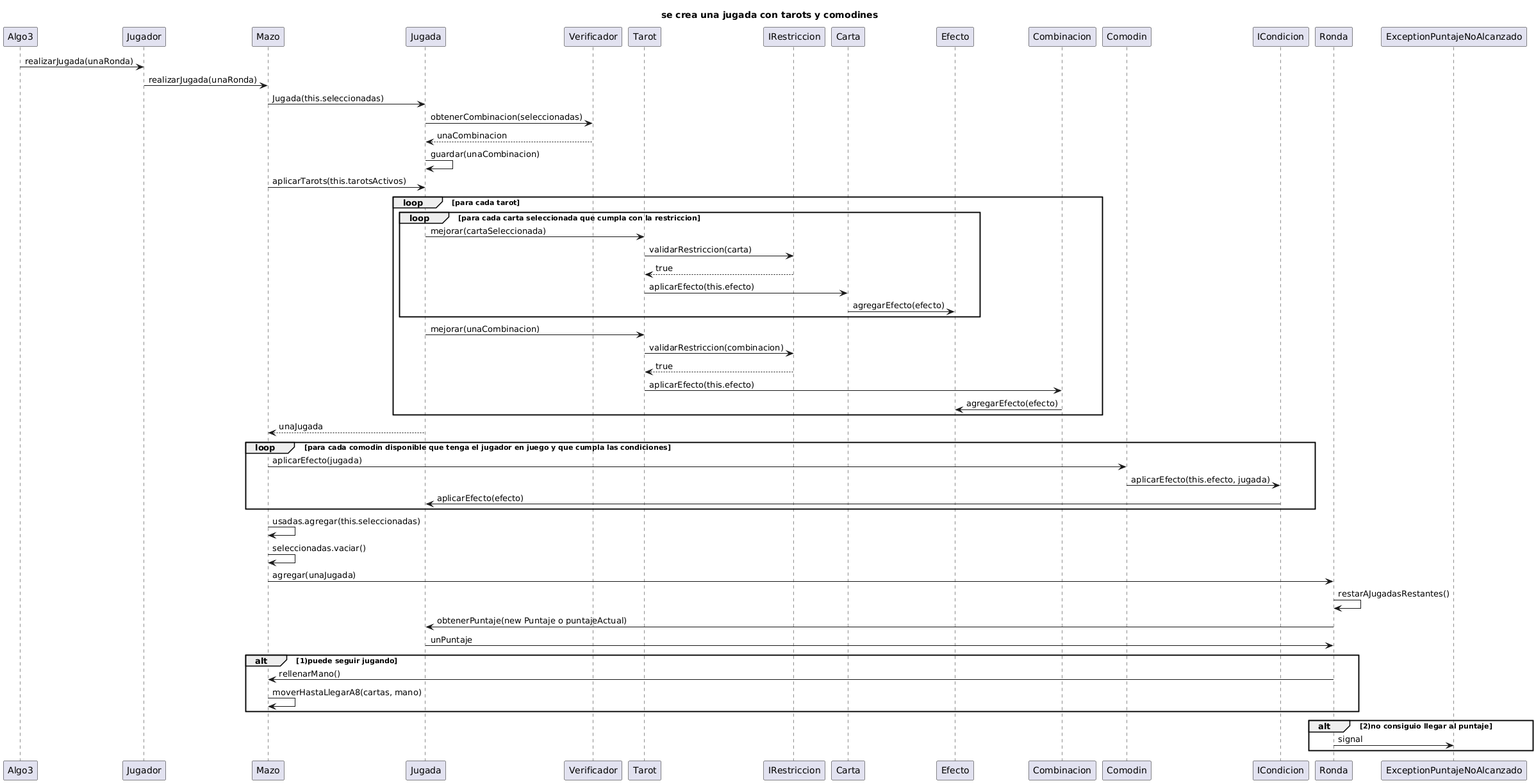
Before: diagrams/sequences/SD-seCreaUnaJugadaConTarotsYComodines.png, a diagram exported from PlantUML (Sotelo27/TP2-Balatro-Grupo-08).
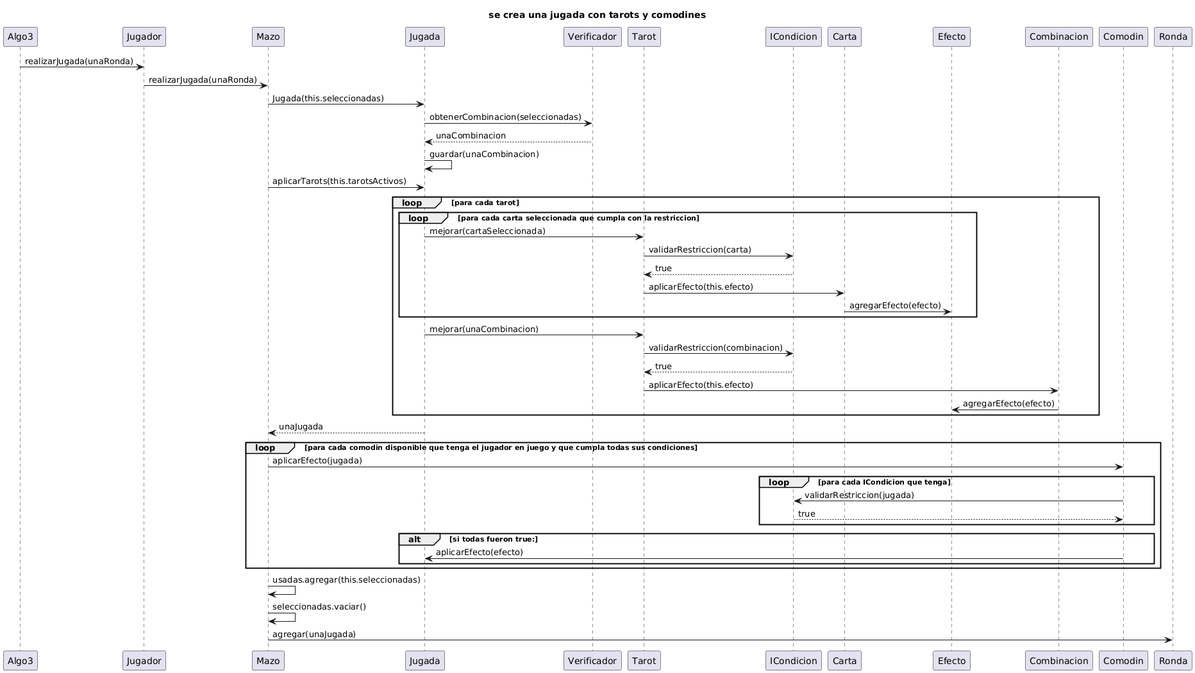
After the change.

What changed in the source:
```diff
@@ -11,38 +11,33 @@
 loop para cada tarot
 loop para cada carta seleccionada que cumpla con la restriccion
 Jugada -> Tarot : mejorar(cartaSeleccionada)
-Tarot -> IRestriccion : validarRestriccion(carta)
-IRestriccion --> Tarot : true
+Tarot -> ICondicion : validarRestriccion(carta)
+ICondicion --> Tarot : true
 Tarot ->Carta : aplicarEfecto(this.efecto)
 Carta -> Efecto : agregarEfecto(efecto)
 end loop
 Jugada -> Tarot : mejorar(unaCombinacion)
-Tarot -> IRestriccion : validarRestriccion(combinacion)
-IRestriccion --> Tarot : true
+Tarot -> ICondicion : validarRestriccion(combinacion)
+ICondicion --> Tarot : true
 Tarot -> Combinacion : aplicarEfecto(this.efecto)
 Combinacion -> Efecto : agregarEfecto(efecto)
 
 end loop
 Jugada --> Mazo : unaJugada
-loop para cada comodin disponible que tenga el jugador en juego y que cumpla las condiciones
+
+loop para cada comodin disponible que tenga el jugador en juego y que cumpla todas sus condiciones
 Mazo -> Comodin : aplicarEfecto(jugada)
-Comodin -> ICondicion : aplicarEfecto(this.efecto, jugada)
-ICondicion -> Jugada : aplicarEfecto(efecto)
+loop para cada ICondicion que tenga
+Comodin -> ICondicion : validarRestriccion(jugada)
+ICondicion --> Comodin :true
+end loop
+alt si todas fueron true:
+Comodin -> Jugada : aplicarEfecto(efecto)
+end alt
+
 end loop
 
 Mazo ->  Mazo: usadas.agregar(this.seleccionadas)
 Mazo -> Mazo : seleccionadas.vaciar()
 Mazo -> Ronda : agregar(unaJugada)
-Ronda -> Ronda : restarAJugadasRestantes()
-Ronda -> Jugada : obtenerPuntaje(new Puntaje o puntajeActual)
-Jugada -> Ronda : unPuntaje
-alt 1)puede seguir jugando
-
-Ronda -> Mazo : rellenarMano()
-Mazo -> Mazo : moverHastaLlegarA8(cartas, mano)
-end alt
-alt 2)no consiguio llegar al puntaje
-Ronda -> ExceptionPuntajeNoAlcanzado : signal
-
-end alt
 @enduml
```
